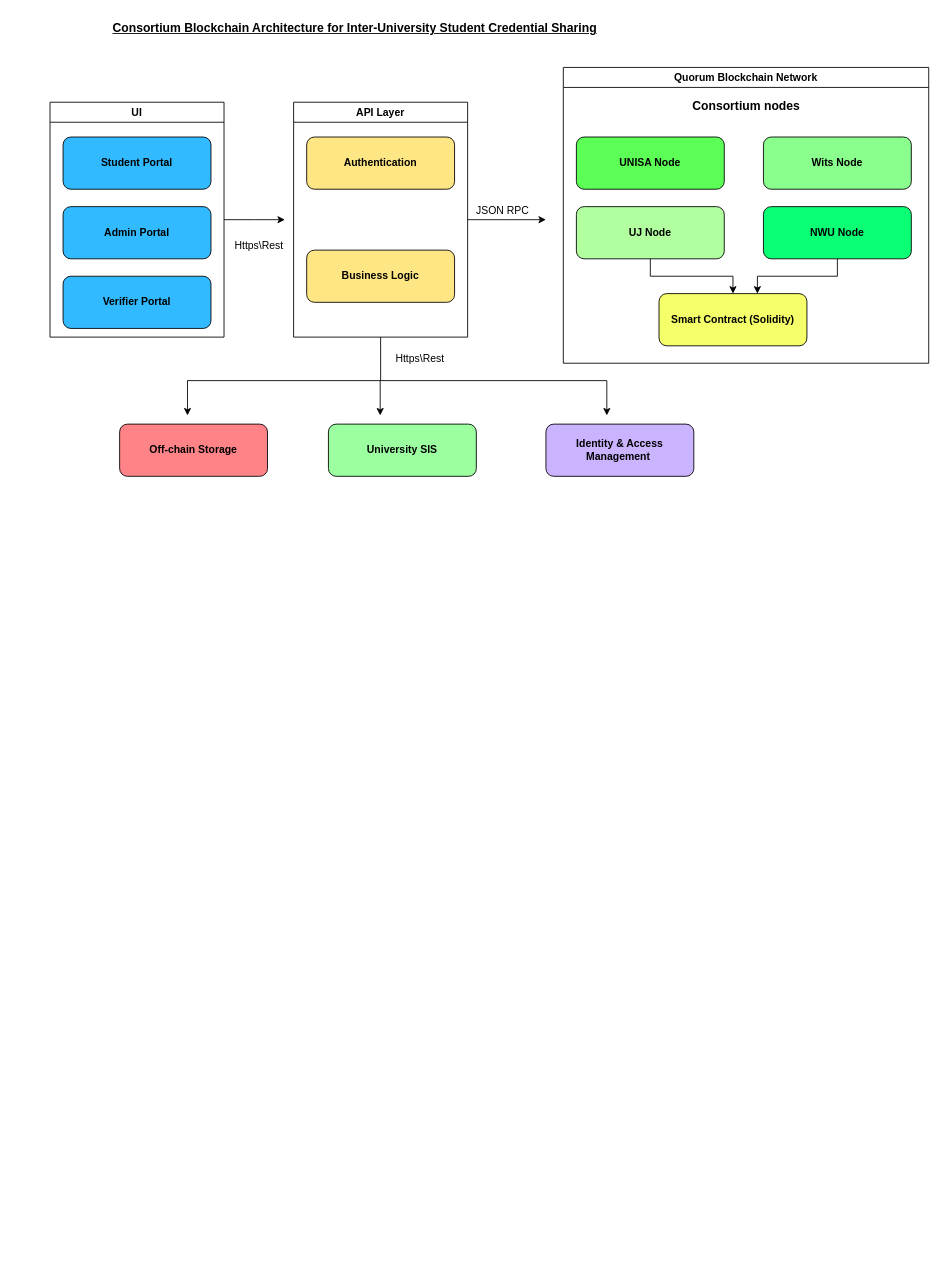
SifisoMzansi/architecture-diagrams keeps this draw.io diagram as Untitled Diagram.drawio. Above is the earlier version. Source tidied: cells renumbered, new cells numbered last; positions are measured from the earlier drawing's top-left corner, leaving out a move shared by most shapes. Both pictures are drawn from the tidied source at 87%, with x=0, y=0 at pixel (15, 15).
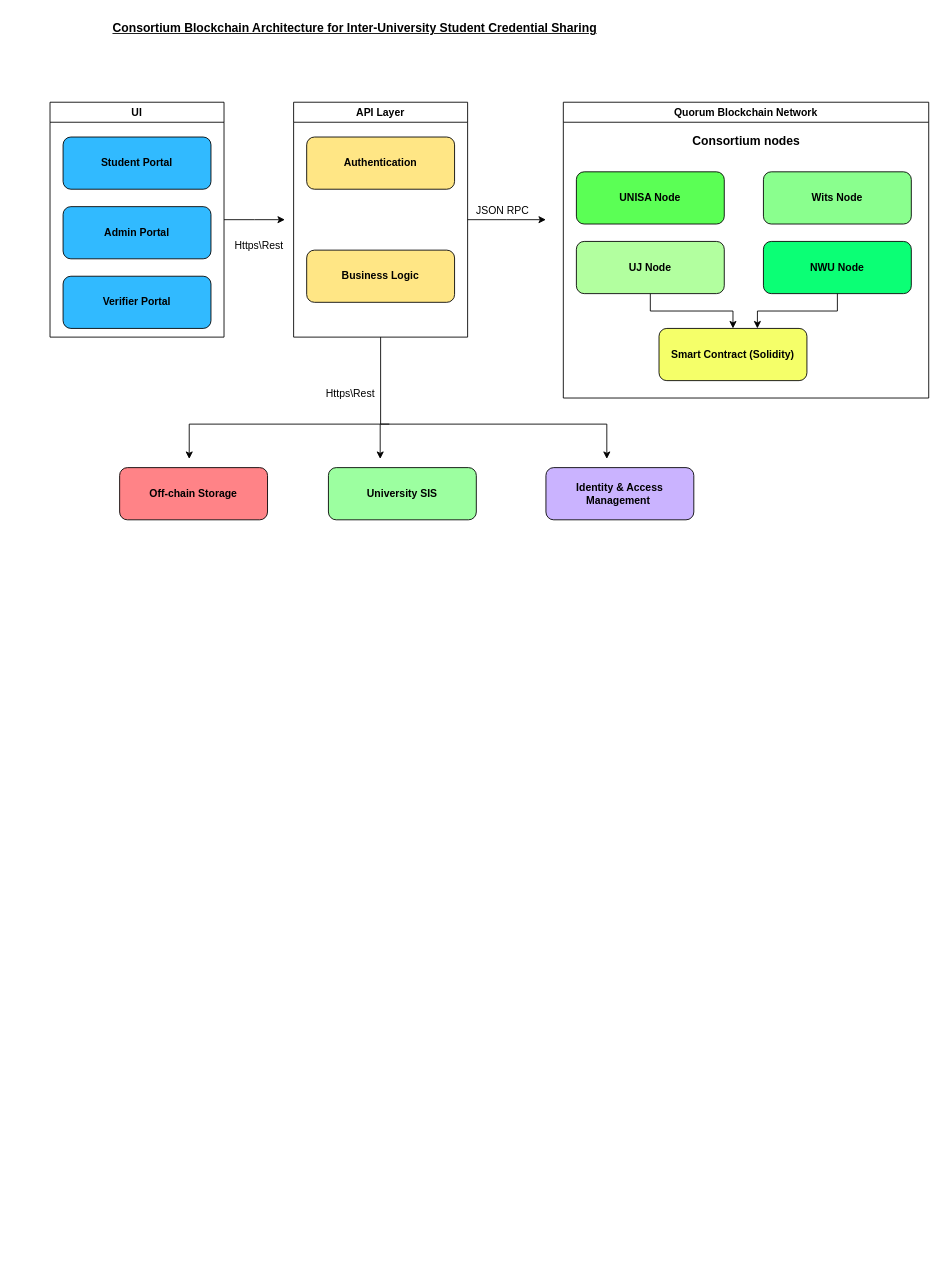
The same page after the edit.

Unchanged cells that the change refers to:
```xml
<mxCell id="9" value="API Layer" style="swimlane;whiteSpace=wrap;html=1;" parent="1" vertex="1">
  <mxGeometry x="320" y="100" width="200" height="270" as="geometry" />
</mxCell>
```

The edit, as a diff of the source:
```diff
@@
     <mxCell id="12" value="Quorum Blockchain Network" style="swimlane;whiteSpace=wrap;html=1;" parent="1" vertex="1">
-      <mxGeometry x="630" y="60" width="420" height="340" as="geometry" />
+      <mxGeometry x="630" y="100" width="420" height="340" as="geometry" />
     </mxCell>
@@
     <mxCell id="21" value="&lt;b&gt;Off-chain Storage&lt;/b&gt;" style="rounded=1;whiteSpace=wrap;html=1;fillColor=#FF8387;" parent="1" vertex="1">
-      <mxGeometry x="120" y="470" width="170" height="60" as="geometry" />
+      <mxGeometry x="120" y="520" width="170" height="60" as="geometry" />
     </mxCell>
     <mxCell id="22" value="&lt;b&gt;Identity &amp;amp; Access Management&amp;nbsp;&lt;/b&gt;" style="rounded=1;whiteSpace=wrap;html=1;fillColor=#CAB3FF;" parent="1" vertex="1">
-      <mxGeometry x="610" y="470" width="170" height="60" as="geometry" />
+      <mxGeometry x="610" y="520" width="170" height="60" as="geometry" />
     </mxCell>
     <mxCell id="23" value="&lt;b&gt;University SIS&lt;/b&gt;" style="rounded=1;whiteSpace=wrap;html=1;fillColor=#9CFFA0;" parent="1" vertex="1">
-      <mxGeometry x="360" y="470" width="170" height="60" as="geometry" />
+      <mxGeometry x="360" y="520" width="170" height="60" as="geometry" />
     </mxCell>
-    <mxCell id="24" style="edgeStyle=orthogonalEdgeStyle;rounded=0;jettySize=auto;html=1;" parent="1" edge="1" source="9">
-      <mxGeometry relative="1" as="geometry">
-        <mxPoint x="198" y="460" as="targetPoint" />
-        <Array as="points">
-          <mxPoint x="420" y="420" />
-          <mxPoint x="198" y="420" />
-        </Array>
-      </mxGeometry>
-    </mxCell>
     <mxCell id="25" style="endArrow=classic;html=1;rounded=0;" parent="1" edge="1">
       <mxGeometry relative="1" as="geometry">
-        <mxPoint x="419.5" y="420" as="sourcePoint" />
-        <mxPoint x="419.5" y="460" as="targetPoint" />
+        <mxPoint x="419.5" y="470" as="sourcePoint" />
+        <mxPoint x="419.5" y="510" as="targetPoint" />
       </mxGeometry>
     </mxCell>
     <mxCell id="26" style="endArrow=classic;html=1;rounded=0;" parent="1" edge="1">
       <mxGeometry relative="1" as="geometry">
-        <mxPoint x="680" y="420" as="sourcePoint" />
-        <mxPoint x="680" y="460" as="targetPoint" />
+        <mxPoint x="680" y="470" as="sourcePoint" />
+        <mxPoint x="680" y="510" as="targetPoint" />
       </mxGeometry>
     </mxCell>
     <mxCell id="27" style="endArrow=none;html=1;rounded=0;" parent="1" edge="1">
       <mxGeometry relative="1" as="geometry">
-        <mxPoint x="420" y="420" as="sourcePoint" />
-        <mxPoint x="680" y="420" as="targetPoint" />
+        <mxPoint x="420" y="470" as="sourcePoint" />
+        <mxPoint x="680" y="470" as="targetPoint" />
       </mxGeometry>
     </mxCell>
@@
     <mxCell id="29" value="Https\Rest" style="text;html=1;align=center;verticalAlign=middle;strokeColor=none;fillColor=none;" parent="1" vertex="1">
-      <mxGeometry x="425" y="380" width="80" height="30" as="geometry" />
+      <mxGeometry x="345" y="420" width="80" height="30" as="geometry" />
     </mxCell>
@@
+    <mxCell id="32" style="endArrow=classic;html=1;rounded=0;" parent="1" edge="1">
+      <mxGeometry relative="1" as="geometry">
+        <mxPoint x="200" y="470" as="sourcePoint" />
+        <mxPoint x="200" y="510" as="targetPoint" />
+      </mxGeometry>
+    </mxCell>
+    <mxCell id="33" style="endArrow=none;html=1;rounded=0;" parent="1" edge="1">
+      <mxGeometry relative="1" as="geometry">
+        <mxPoint x="200" y="470" as="sourcePoint" />
+        <mxPoint x="430" y="470" as="targetPoint" />
+      </mxGeometry>
+    </mxCell>
+    <mxCell id="34" style="endArrow=none;html=1;rounded=0;entryX=0.5;entryY=1;entryDx=0;entryDy=0;" parent="1" edge="1" target="9">
+      <mxGeometry relative="1" as="geometry">
+        <mxPoint x="420" y="470" as="sourcePoint" />
+      </mxGeometry>
+    </mxCell>
```
